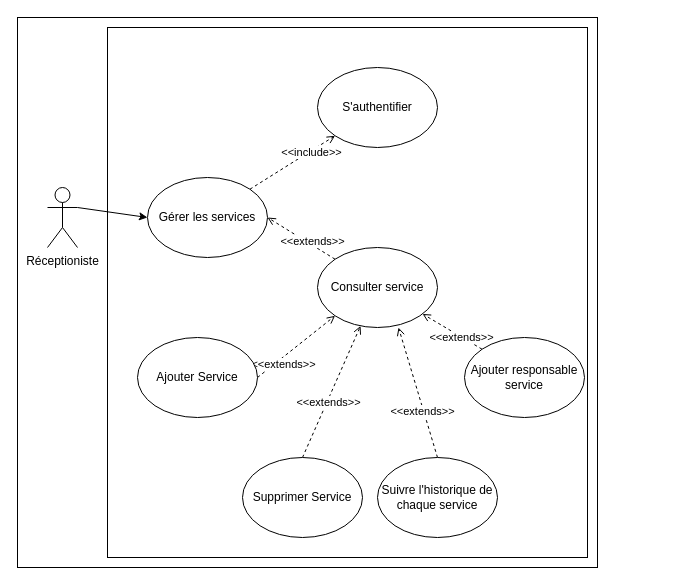
This is recep.drawio from labidimahdi/diagrams, a draw.io file, before an edit. Source tidied: cells renumbered, new cells numbered last; positions are measured from the earlier drawing's top-left corner, leaving out a move shared by most shapes. Both pictures are drawn from the tidied source at 100%, with x=0, y=0 at pixel (17, 17).
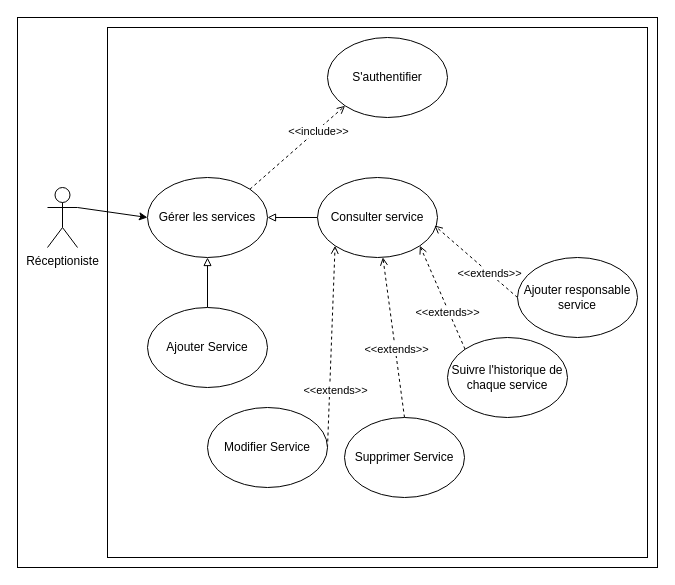
The same diagram, later.

Commit message:
Mettre à jour recep.drawio

The change refers to these unchanged cells:
```xml
<mxCell id="8" value="Gérer les services" style="ellipse;whiteSpace=wrap;html=1;" parent="1" vertex="1">
  <mxGeometry x="130" y="160" width="120" height="80" as="geometry" />
</mxCell>
```

The edit, as a diff of the source:
```diff
@@
     <mxCell id="2" style="rounded=0;whiteSpace=wrap;html=1;" parent="1" vertex="1">
-      <mxGeometry width="580" height="550" as="geometry" />
+      <mxGeometry width="640" height="550" as="geometry" />
     </mxCell>
     <mxCell id="3" style="rounded=0;whiteSpace=wrap;html=1;" parent="1" vertex="1">
-      <mxGeometry x="90" y="10" width="480" height="530" as="geometry" />
+      <mxGeometry x="90" y="10" width="540" height="530" as="geometry" />
     </mxCell>
@@
-    <mxCell id="9" style="rounded=0;jettySize=auto;html=1;exitX=0;exitY=0;exitDx=0;exitDy=0;entryX=1;entryY=0.5;entryDx=0;entryDy=0;dashed=1;endArrow=open;endFill=0;" parent="1" edge="1" source="11" target="8">
+    <mxCell id="9" style="rounded=0;jettySize=auto;html=1;exitX=0;exitY=0.5;exitDx=0;exitDy=0;entryX=1;entryY=0.5;entryDx=0;entryDy=0;endArrow=block;endFill=0;" parent="1" edge="1" source="11" target="8">
       <mxGeometry relative="1" as="geometry" />
     </mxCell>
-    <mxCell id="10" value="&amp;lt;&amp;lt;extends&amp;gt;&amp;gt;" style="edgeLabel;html=1;align=center;verticalAlign=middle;" parent="9" vertex="1">
-      <mxGeometry x="-0.26" y="-3" relative="1" as="geometry" />
-    </mxCell>
     <mxCell id="11" value="Consulter service" style="ellipse;whiteSpace=wrap;html=1;" parent="1" vertex="1">
-      <mxGeometry x="300" y="230" width="120" height="80" as="geometry" />
+      <mxGeometry x="300" y="160" width="120" height="80" as="geometry" />
     </mxCell>
     <mxCell id="12" value="S'authentifier" style="ellipse;whiteSpace=wrap;html=1;" parent="1" vertex="1">
-      <mxGeometry x="300" y="50" width="120" height="80" as="geometry" />
+      <mxGeometry x="310" y="20" width="120" height="80" as="geometry" />
     </mxCell>
-    <mxCell id="13" style="rounded=0;jettySize=auto;html=1;exitX=0.5;exitY=0;exitDx=0;exitDy=0;entryX=0.675;entryY=1;entryDx=0;entryDy=0;entryPerimeter=0;dashed=1;endArrow=open;endFill=0;" parent="1" edge="1" source="15" target="11">
+    <mxCell id="13" style="rounded=0;jettySize=auto;html=1;exitX=0;exitY=0;exitDx=0;exitDy=0;entryX=1;entryY=1;entryDx=0;entryDy=0;dashed=1;endArrow=open;endFill=0;" parent="1" edge="1" source="15" target="11">
       <mxGeometry relative="1" as="geometry" />
     </mxCell>
@@
     <mxCell id="15" value="Suivre l'historique de chaque service" style="ellipse;whiteSpace=wrap;html=1;" parent="1" vertex="1">
-      <mxGeometry x="360" y="440" width="120" height="80" as="geometry" />
+      <mxGeometry x="430" y="320" width="120" height="80" as="geometry" />
     </mxCell>
-    <mxCell id="16" style="rounded=0;jettySize=auto;html=1;exitX=0;exitY=0;exitDx=0;exitDy=0;dashed=1;endArrow=open;endFill=0;" parent="1" edge="1" source="18" target="11">
+    <mxCell id="16" style="rounded=0;jettySize=auto;html=1;exitX=0;exitY=0.5;exitDx=0;exitDy=0;dashed=1;endArrow=open;endFill=0;entryX=0.975;entryY=0.6;entryDx=0;entryDy=0;entryPerimeter=0;" parent="1" edge="1" source="18" target="11">
       <mxGeometry relative="1" as="geometry" />
     </mxCell>
@@
     <mxCell id="18" value="Ajouter responsable service" style="ellipse;whiteSpace=wrap;html=1;" parent="1" vertex="1">
-      <mxGeometry x="447" y="320" width="120" height="80" as="geometry" />
+      <mxGeometry x="500" y="240" width="120" height="80" as="geometry" />
     </mxCell>
@@
     <mxCell id="21" value="Supprimer Service" style="ellipse;whiteSpace=wrap;html=1;" parent="1" vertex="1">
-      <mxGeometry x="225" y="440" width="120" height="80" as="geometry" />
+      <mxGeometry x="327" y="400" width="120" height="80" as="geometry" />
     </mxCell>
@@
-    <mxCell id="24" value="Ajouter Service" style="ellipse;whiteSpace=wrap;html=1;" parent="1" vertex="1">
-      <mxGeometry x="120" y="320" width="120" height="80" as="geometry" />
+    <mxCell id="24" value="Modifier Service" style="ellipse;whiteSpace=wrap;html=1;" parent="1" vertex="1">
+      <mxGeometry x="190" y="390" width="120" height="80" as="geometry" />
     </mxCell>
+    <mxCell id="25" style="edgeStyle=orthogonalEdgeStyle;rounded=0;jettySize=auto;html=1;exitX=0.5;exitY=0;exitDx=0;exitDy=0;entryX=0.5;entryY=1;entryDx=0;entryDy=0;endArrow=block;endFill=0;" parent="1" edge="1" source="26" target="8">
+      <mxGeometry relative="1" as="geometry" />
+    </mxCell>
+    <mxCell id="26" value="Ajouter Service" style="ellipse;whiteSpace=wrap;html=1;" parent="1" vertex="1">
+      <mxGeometry x="130" y="290" width="120" height="80" as="geometry" />
+    </mxCell>
```
